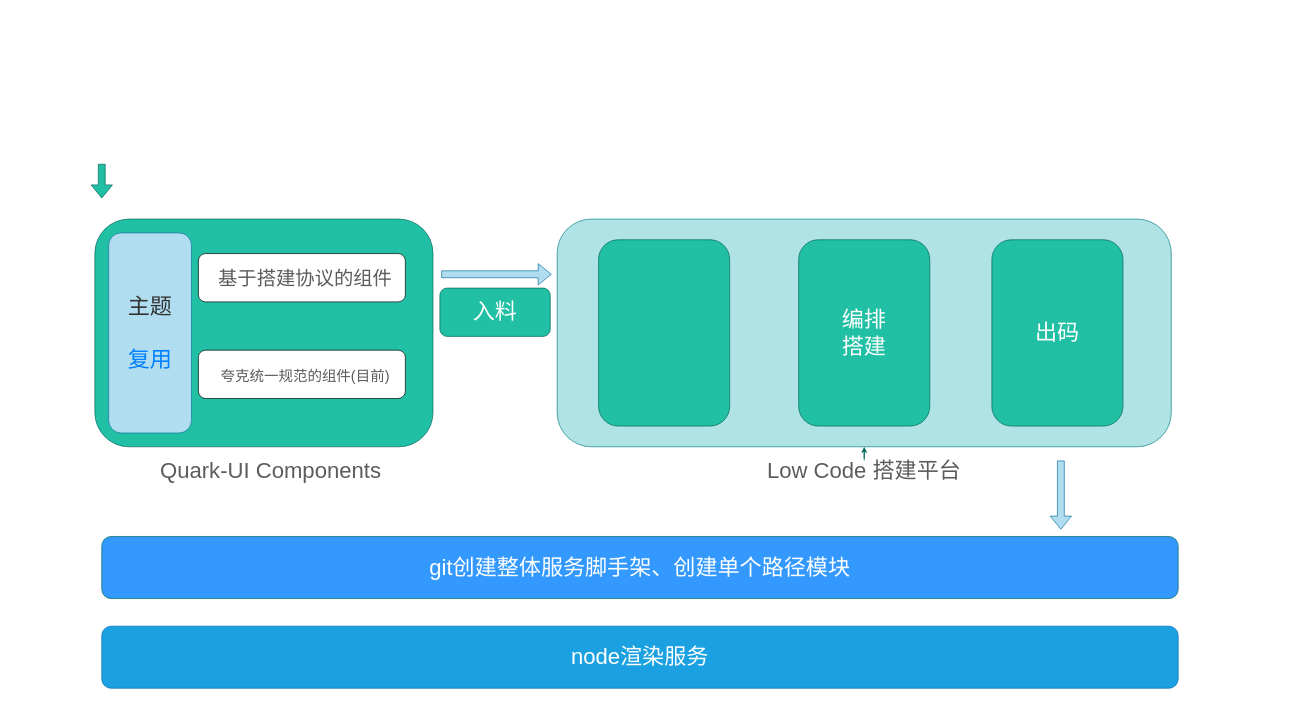
The draw.io diagram lowcode.drawio in Hzy0913/hanlibrary, before the edit. Source tidied: cells renumbered, new cells numbered last; positions are measured from the earlier drawing's top-left corner, leaving out a move shared by most shapes. Both pictures are drawn from the tidied source at 69%, with x=0, y=0 at pixel (95, 164).
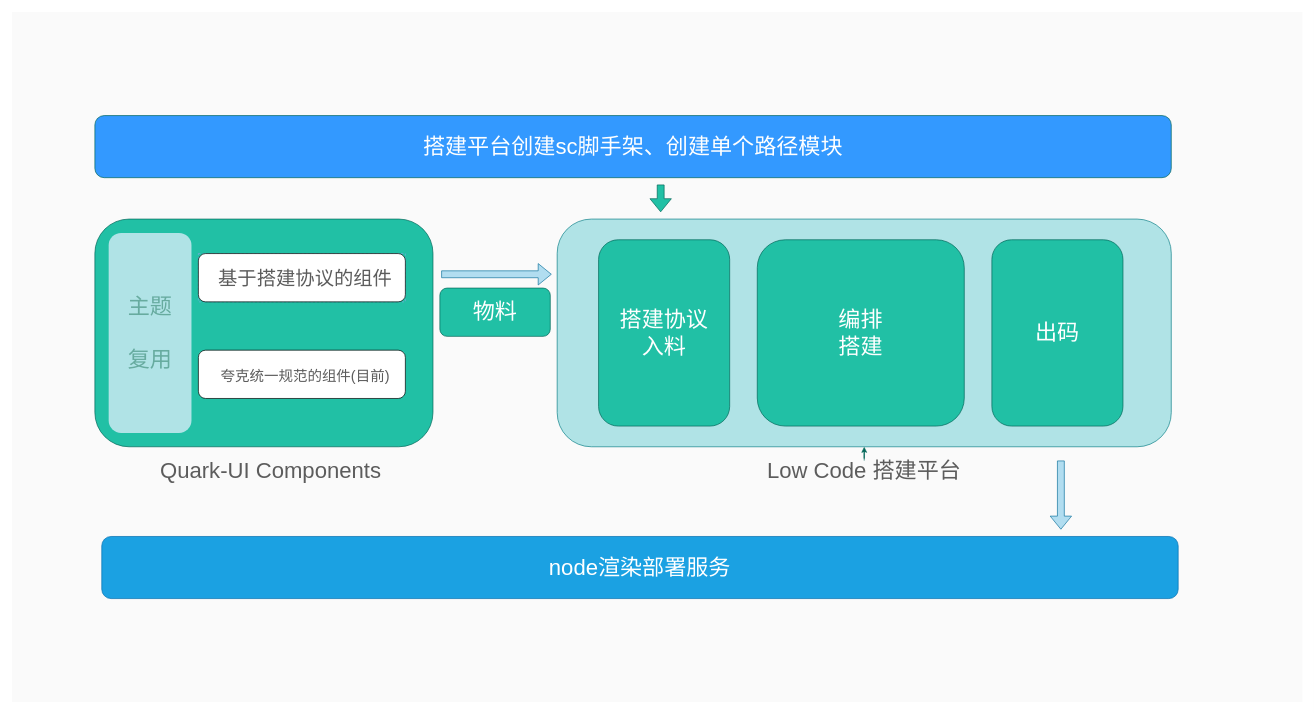
After the change.

Diff of the diagram source:
```diff
@@
+    <mxCell id="24" style="rounded=0;whiteSpace=wrap;html=1;shadow=0;glass=0;sketch=0;fontSize=32;fillColor=#FAFAFA;strokeColor=none;" parent="1" vertex="1">
+      <mxGeometry x="-120" y="-220" width="1870" height="1000" as="geometry" />
+    </mxCell>
@@
-    <mxCell id="7" value="&lt;font color=&quot;#ffffff&quot; style=&quot;font-size: 32px;&quot;&gt;入料&lt;/font&gt;" style="html=1;whiteSpace=wrap;rounded=1;shadow=0;glass=0;sketch=0;fontColor=#5C5C5C;strokeColor=#006658;fillColor=#21C0A5;" parent="1" vertex="1">
+    <mxCell id="7" value="&lt;font color=&quot;#ffffff&quot; style=&quot;font-size: 32px;&quot;&gt;物料&lt;/font&gt;" style="html=1;whiteSpace=wrap;rounded=1;shadow=0;glass=0;sketch=0;fontColor=#5C5C5C;strokeColor=#006658;fillColor=#21C0A5;" parent="1" vertex="1">
       <mxGeometry x="500" y="180" width="160" height="70" as="geometry" />
     </mxCell>
@@
-    <mxCell id="9" style="group;" parent="1" vertex="1">
+    <mxCell id="9" style="group;strokeColor=#7EA6E0;dashed=1;strokeWidth=1;" parent="1" vertex="1">
       <mxGeometry x="150" y="130" width="300" height="70" as="geometry" />
     </mxCell>
@@
-    <mxCell id="16" value="&lt;font color=&quot;#333333&quot;&gt;主题&lt;/font&gt;&lt;br&gt;&lt;br&gt;&lt;font color=&quot;#007fff&quot;&gt;复用&lt;/font&gt;" style="rounded=1;whiteSpace=wrap;html=1;shadow=0;glass=0;sketch=0;fontSize=32;strokeColor=#10739e;fillColor=#b1ddf0;" parent="1" vertex="1">
+    <mxCell id="16" value="&lt;font color=&quot;#67ab9f&quot;&gt;主题&lt;br&gt;&lt;br&gt;复用&lt;/font&gt;" style="rounded=1;whiteSpace=wrap;html=1;shadow=0;glass=0;sketch=0;fontSize=32;strokeColor=none;fillColor=#b0e3e6;" parent="1" vertex="1">
       <mxGeometry x="20" y="100" width="120" height="290" as="geometry" />
     </mxCell>
-    <mxCell id="17" style="rounded=1;whiteSpace=wrap;html=1;shadow=0;glass=0;sketch=0;fontSize=32;fontColor=#3399FF;strokeColor=#006658;fillColor=#21C0A5;" parent="1" vertex="1">
+    <mxCell id="17" value="&lt;font color=&quot;#ffffff&quot;&gt;搭建协议&lt;br&gt;入料&lt;/font&gt;" style="rounded=1;whiteSpace=wrap;html=1;shadow=0;glass=0;sketch=0;fontSize=32;fontColor=#3399FF;strokeColor=#006658;fillColor=#21C0A5;" parent="1" vertex="1">
       <mxGeometry x="730" y="110" width="190" height="270" as="geometry" />
     </mxCell>
@@
-    <mxCell id="19" value="&lt;span style=&quot;color: rgb(255, 255, 255);&quot;&gt;编排&lt;br&gt;&lt;/span&gt;&lt;span style=&quot;color: rgb(255, 255, 255);&quot;&gt;搭建&lt;/span&gt;&lt;span style=&quot;color: rgb(255, 255, 255);&quot;&gt;&lt;br&gt;&lt;/span&gt;" style="rounded=1;whiteSpace=wrap;html=1;shadow=0;glass=0;sketch=0;fontSize=32;fontColor=#3399FF;strokeColor=#006658;fillColor=#21C0A5;" parent="1" vertex="1">
-      <mxGeometry x="1020" y="110" width="190" height="270" as="geometry" />
+    <mxCell id="19" value="&lt;span style=&quot;color: rgb(255, 255, 255);&quot;&gt;编排&lt;br&gt;&lt;/span&gt;&lt;span style=&quot;color: rgb(255, 255, 255);&quot;&gt;搭建&lt;/span&gt;&lt;span style=&quot;color: rgb(255, 255, 255);&quot;&gt;&lt;br&gt;&lt;/span&gt;" style="rounded=1;whiteSpace=wrap;html=1;shadow=0;glass=0;sketch=0;fontSize=32;fontColor=#3399FF;strokeColor=#006658;fillColor=#21C0A5;gradientColor=none;" parent="1" vertex="1">
+      <mxGeometry x="960" y="110" width="300" height="270" as="geometry" />
     </mxCell>
@@
-    <mxCell id="21" value="&lt;font color=&quot;#ffffff&quot;&gt;git创建整体服务脚手架、创建单个路径模块&lt;/font&gt;" style="rounded=1;whiteSpace=wrap;html=1;shadow=0;glass=0;sketch=0;fontSize=32;fontColor=#333333;strokeColor=#006658;fillColor=#3399FF;" parent="1" vertex="1">
-      <mxGeometry x="10" y="540" width="1560" height="90" as="geometry" />
+    <mxCell id="21" value="&lt;font color=&quot;#ffffff&quot;&gt;搭建平台创建sc脚手架、创建单个路径模块&lt;/font&gt;" style="rounded=1;whiteSpace=wrap;html=1;shadow=0;glass=0;sketch=0;fontSize=32;fontColor=#333333;strokeColor=#006658;fillColor=#3399FF;" parent="1" vertex="1">
+      <mxGeometry y="-70" width="1560" height="90" as="geometry" />
     </mxCell>
-    <mxCell id="22" value="node渲染服务" style="rounded=1;whiteSpace=wrap;html=1;shadow=0;glass=0;sketch=0;fontSize=32;fontColor=#ffffff;strokeColor=#006EAF;fillColor=#1ba1e2;" parent="1" vertex="1">
-      <mxGeometry x="10" y="670" width="1560" height="90" as="geometry" />
+    <mxCell id="22" value="node渲染部署服务" style="rounded=1;whiteSpace=wrap;html=1;shadow=0;glass=0;sketch=0;fontSize=32;fontColor=#ffffff;strokeColor=#006EAF;fillColor=#1ba1e2;" parent="1" vertex="1">
+      <mxGeometry x="10" y="540" width="1560" height="90" as="geometry" />
     </mxCell>
-    <mxCell id="23" style="shape=flexArrow;endArrow=classic;html=1;rounded=1;sketch=0;fontSize=32;fontColor=#FFFFFF;strokeColor=#006658;fillColor=#21C0A5;curved=0;" parent="1" edge="1">
-      <mxGeometry relative="1" as="geometry">
-        <mxPoint x="10" as="sourcePoint" />
-        <mxPoint x="10" y="50" as="targetPoint" />
-      </mxGeometry>
-    </mxCell>
+    <mxCell id="25" style="shape=flexArrow;endArrow=classic;html=1;rounded=1;sketch=0;fontSize=32;fontColor=#FFFFFF;strokeColor=#006658;fillColor=#21C0A5;curved=0;" parent="1" edge="1">
+      <mxGeometry relative="1" as="geometry">
+        <mxPoint x="820" y="30" as="sourcePoint" />
+        <mxPoint x="820" y="70" as="targetPoint" />
+      </mxGeometry>
+    </mxCell>
```
